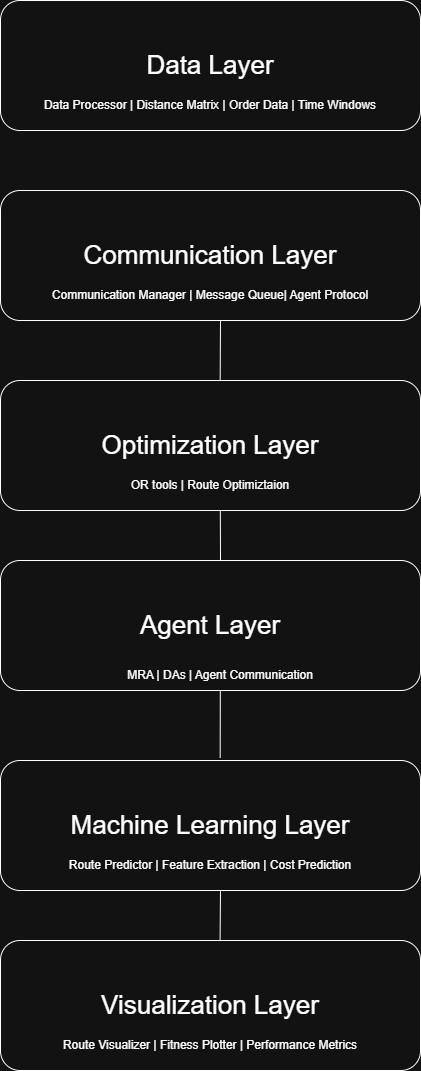
Earlier version of the draw.io export SystemArchitecture.png (blacki0214/VRP_system). Source tidied: cells renumbered, new cells last; positions are measured from the earlier drawing's top-left corner, leaving out a move shared by most shapes. Source of this version:
```xml
<mxGraphModel>
  <root>
    <mxCell id="0" />
    <mxCell id="1" parent="0" />
    <mxCell id="2" value="&lt;font style=&quot;font-size: 26px;&quot;&gt;Data Layer&lt;/font&gt;" style="rounded=1;whiteSpace=wrap;html=1;" parent="1" vertex="1">
      <mxGeometry width="420" height="130" as="geometry" />
    </mxCell>
    <mxCell id="3" value="Data Processor | Distance Matrix | Order Data | Time Windows" style="text;html=1;align=center;verticalAlign=middle;whiteSpace=wrap;rounded=0;" parent="1" vertex="1">
      <mxGeometry x="30" y="90" width="360" height="30" as="geometry" />
    </mxCell>
    <mxCell id="4" value="&lt;font style=&quot;font-size: 26px;&quot;&gt;Communication Layer&lt;/font&gt;" style="rounded=1;whiteSpace=wrap;html=1;" parent="1" vertex="1">
      <mxGeometry y="190" width="420" height="130" as="geometry" />
    </mxCell>
    <mxCell id="5" value="Communication Manager | Message Queue| Agent Protocol" style="text;html=1;align=center;verticalAlign=middle;whiteSpace=wrap;rounded=0;" parent="1" vertex="1">
      <mxGeometry x="30" y="280" width="360" height="30" as="geometry" />
    </mxCell>
    <mxCell id="6" value="&lt;font style=&quot;font-size: 26px;&quot;&gt;Optimization Layer&lt;/font&gt;" style="rounded=1;whiteSpace=wrap;html=1;" parent="1" vertex="1">
      <mxGeometry y="380" width="420" height="130" as="geometry" />
    </mxCell>
    <mxCell id="7" value="OR tools | Route Optimiztaion" style="text;html=1;align=center;verticalAlign=middle;whiteSpace=wrap;rounded=0;" parent="1" vertex="1">
      <mxGeometry x="30" y="470" width="360" height="30" as="geometry" />
    </mxCell>
    <mxCell id="8" value="&lt;font style=&quot;font-size: 26px;&quot;&gt;Agent Layer&lt;/font&gt;" style="rounded=1;whiteSpace=wrap;html=1;" parent="1" vertex="1">
      <mxGeometry y="560" width="420" height="130" as="geometry" />
    </mxCell>
    <mxCell id="9" value="MRA | DAs | Agent Communication" style="text;html=1;align=center;verticalAlign=middle;whiteSpace=wrap;rounded=0;" parent="1" vertex="1">
      <mxGeometry x="40" y="660" width="360" height="30" as="geometry" />
    </mxCell>
    <mxCell id="10" value="&lt;font style=&quot;font-size: 26px;&quot;&gt;Machine Learning Layer&lt;/font&gt;" style="rounded=1;whiteSpace=wrap;html=1;" parent="1" vertex="1">
      <mxGeometry y="760" width="420" height="130" as="geometry" />
    </mxCell>
    <mxCell id="11" value="Route Predictor | Feature Extraction | Cost Prediction" style="text;html=1;align=center;verticalAlign=middle;whiteSpace=wrap;rounded=0;" parent="1" vertex="1">
      <mxGeometry x="30" y="850" width="360" height="30" as="geometry" />
    </mxCell>
    <mxCell id="12" value="&lt;font style=&quot;font-size: 26px;&quot;&gt;Visualization Layer&lt;/font&gt;" style="rounded=1;whiteSpace=wrap;html=1;" parent="1" vertex="1">
      <mxGeometry y="940" width="420" height="130" as="geometry" />
    </mxCell>
    <mxCell id="13" value="Route Visualizer | Fitness Plotter | Performance Metrics" style="text;html=1;align=center;verticalAlign=middle;whiteSpace=wrap;rounded=0;" parent="1" vertex="1">
      <mxGeometry x="30" y="1030" width="360" height="30" as="geometry" />
    </mxCell>
    <mxCell id="14" style="endArrow=none;html=1;rounded=0;exitX=0.523;exitY=0.001;exitDx=0;exitDy=0;exitPerimeter=0;" parent="1" edge="1" source="6">
      <mxGeometry relative="1" as="geometry">
        <mxPoint x="220" y="320" as="targetPoint" />
      </mxGeometry>
    </mxCell>
    <mxCell id="15" style="endArrow=none;html=1;rounded=0;" parent="1" edge="1">
      <mxGeometry relative="1" as="geometry">
        <mxPoint x="220" y="560" as="sourcePoint" />
        <mxPoint x="219.8" y="510" as="targetPoint" />
      </mxGeometry>
    </mxCell>
    <mxCell id="16" style="endArrow=none;html=1;rounded=0;exitX=0.523;exitY=-0.02;exitDx=0;exitDy=0;exitPerimeter=0;" parent="1" edge="1" source="10">
      <mxGeometry relative="1" as="geometry">
        <mxPoint x="219.8" y="690" as="targetPoint" />
      </mxGeometry>
    </mxCell>
    <mxCell id="17" style="endArrow=none;html=1;rounded=0;exitX=0.523;exitY=0.001;exitDx=0;exitDy=0;exitPerimeter=0;" parent="1" edge="1">
      <mxGeometry relative="1" as="geometry">
        <mxPoint x="219.6" y="940" as="sourcePoint" />
        <mxPoint x="220" y="890" as="targetPoint" />
      </mxGeometry>
    </mxCell>
  </root>
</mxGraphModel>
```
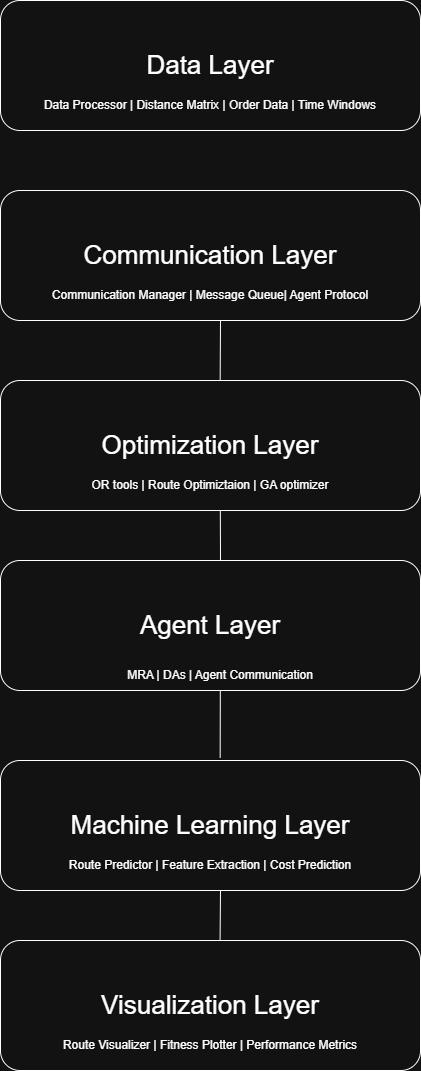
Later version of the same file.

What changed in the source:
```diff
@@ -17,7 +17,7 @@
     <mxCell id="6" value="&lt;font style=&quot;font-size: 26px;&quot;&gt;Optimization Layer&lt;/font&gt;" style="rounded=1;whiteSpace=wrap;html=1;" parent="1" vertex="1">
       <mxGeometry y="380" width="420" height="130" as="geometry" />
     </mxCell>
-    <mxCell id="7" value="OR tools | Route Optimiztaion" style="text;html=1;align=center;verticalAlign=middle;whiteSpace=wrap;rounded=0;" parent="1" vertex="1">
+    <mxCell id="7" value="OR tools | Route Optimiztaion | GA optimizer" style="text;html=1;align=center;verticalAlign=middle;whiteSpace=wrap;rounded=0;" parent="1" vertex="1">
       <mxGeometry x="30" y="470" width="360" height="30" as="geometry" />
     </mxCell>
     <mxCell id="8" value="&lt;font style=&quot;font-size: 26px;&quot;&gt;Agent Layer&lt;/font&gt;" style="rounded=1;whiteSpace=wrap;html=1;" parent="1" vertex="1">
```
